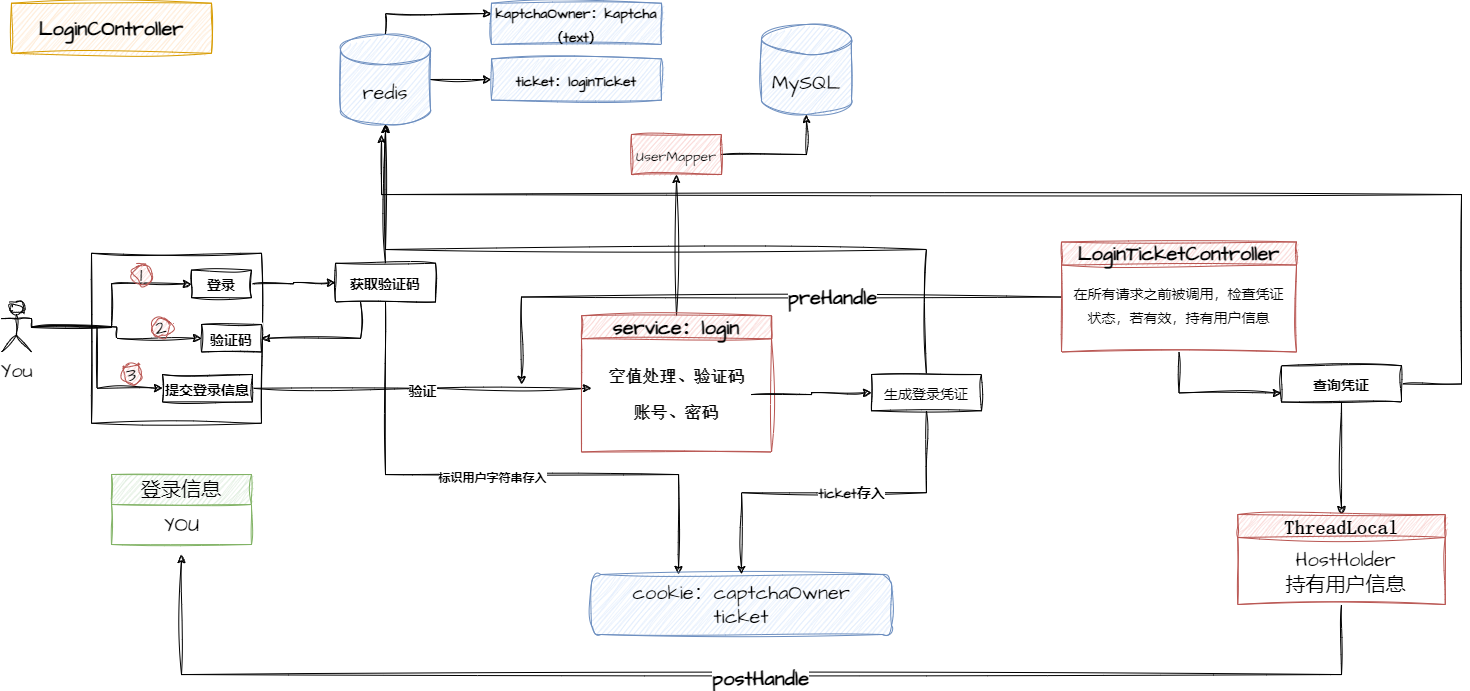
This is campusExperience/登录登出功能.drawio.png from HealUP/Drawing, a draw.io export, as it was before one commit. Source tidied: cells renumbered, new cells last; positions are measured from the earlier drawing's top-left corner, leaving out a move shared by most shapes.
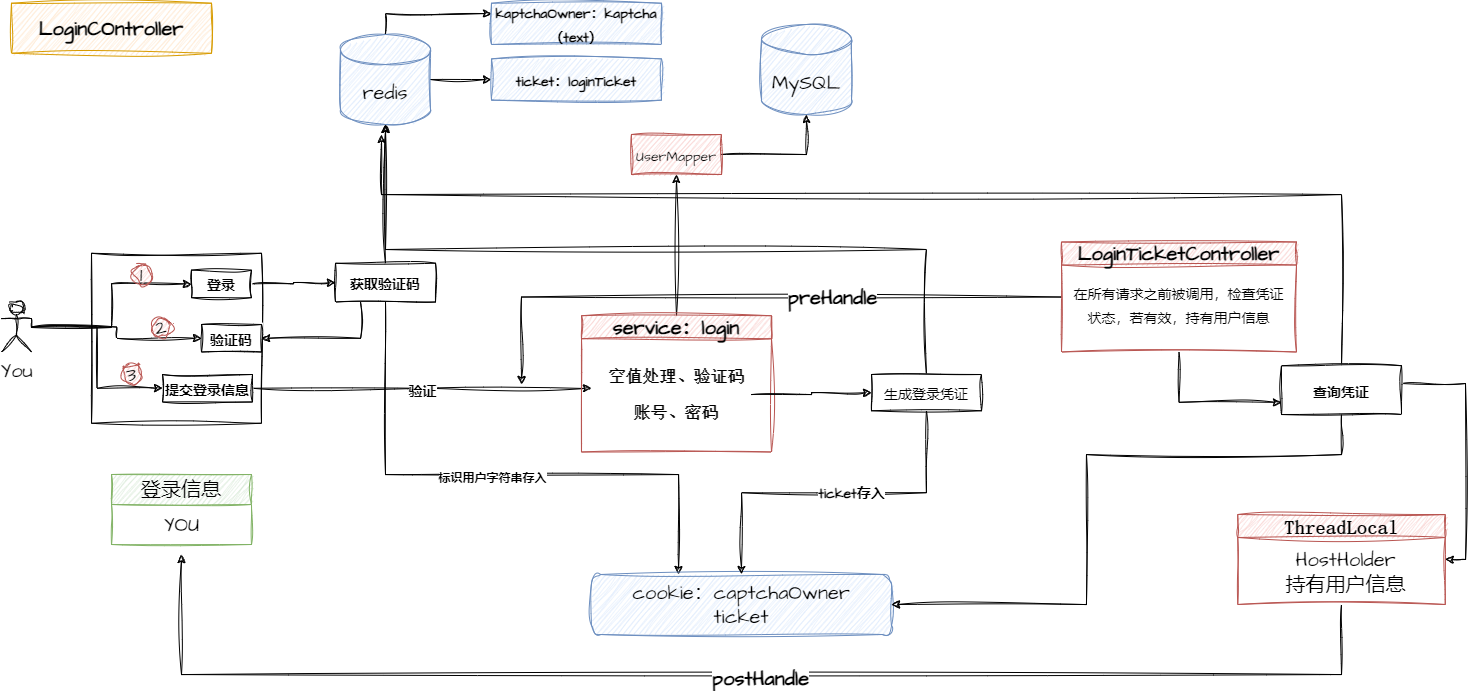
After the commit.

Commit message:
更新登录登出功能.drawio.png

What changed in the source:
```diff
@@ -162,16 +162,30 @@
       <mxGeometry relative="1" as="geometry">
         <mxPoint x="380" y="131" as="targetPoint" />
         <Array as="points">
-          <mxPoint x="1460" y="191" />
+          <mxPoint x="1340" y="191" />
           <mxPoint x="380" y="191" />
         </Array>
       </mxGeometry>
     </mxCell>
-    <mxCell id="47" style="edgeStyle=orthogonalEdgeStyle;rounded=0;sketch=1;hachureGap=4;jiggle=2;curveFitting=1;jettySize=auto;html=1;fontFamily=Architects Daughter;fontSource=https%3A%2F%2Ffonts.googleapis.com%2Fcss%3Ffamily%3DArchitects%2BDaughter;fontSize=16;entryX=0.5;entryY=0;entryDx=0;entryDy=0;entryPerimeter=0;" parent="1" edge="1" source="48" target="53">
-      <mxGeometry relative="1" as="geometry" />
+    <mxCell id="47" style="edgeStyle=orthogonalEdgeStyle;rounded=0;sketch=1;hachureGap=4;jiggle=2;curveFitting=1;jettySize=auto;html=1;entryX=1;entryY=0.5;entryDx=0;entryDy=0;fontFamily=Architects Daughter;fontSource=https%3A%2F%2Ffonts.googleapis.com%2Fcss%3Ffamily%3DArchitects%2BDaughter;fontSize=16;" parent="1" edge="1" source="48" target="53">
+      <mxGeometry relative="1" as="geometry">
+        <Array as="points">
+          <mxPoint x="1464" y="380" />
+          <mxPoint x="1464" y="556" />
+        </Array>
+      </mxGeometry>
     </mxCell>
+    <mxCell id="56" style="edgeStyle=orthogonalEdgeStyle;rounded=0;sketch=1;hachureGap=4;jiggle=2;curveFitting=1;jettySize=auto;html=1;entryX=1;entryY=0.5;entryDx=0;entryDy=0;fontFamily=Architects Daughter;fontSource=https%3A%2F%2Ffonts.googleapis.com%2Fcss%3Ffamily%3DArchitects%2BDaughter;fontSize=16;" parent="1" edge="1" source="48" target="14">
+      <mxGeometry relative="1" as="geometry">
+        <Array as="points">
+          <mxPoint x="1340" y="451" />
+          <mxPoint x="1085" y="451" />
+          <mxPoint x="1085" y="601" />
+        </Array>
+      </mxGeometry>
+    </mxCell>
     <mxCell id="48" value="&lt;font style=&quot;font-size: 14px;&quot;&gt;查询凭证&lt;/font&gt;" style="whiteSpace=wrap;html=1;fontSize=20;fontFamily=Architects Daughter;fontStyle=1;startSize=23;sketch=1;hachureGap=4;jiggle=2;curveFitting=1;fontSource=https%3A%2F%2Ffonts.googleapis.com%2Fcss%3Ffamily%3DArchitects%2BDaughter;" parent="1" vertex="1">
-      <mxGeometry x="1280" y="362.2" width="120" height="36.2" as="geometry" />
+      <mxGeometry x="1280" y="362.2" width="120" height="48.8" as="geometry" />
     </mxCell>
     <mxCell id="49" value="登录信息" style="swimlane;fontStyle=0;horizontal=1;startSize=30;whiteSpace=wrap;html=1;sketch=1;hachureGap=4;jiggle=2;curveFitting=1;fontFamily=Architects Daughter;fontSource=https%3A%2F%2Ffonts.googleapis.com%2Fcss%3Ffamily%3DArchitects%2BDaughter;fontSize=20;fillColor=#d5e8d4;strokeColor=#82b366;" parent="1" vertex="1">
       <mxGeometry x="110" y="471" width="140" height="70" as="geometry" />
```
